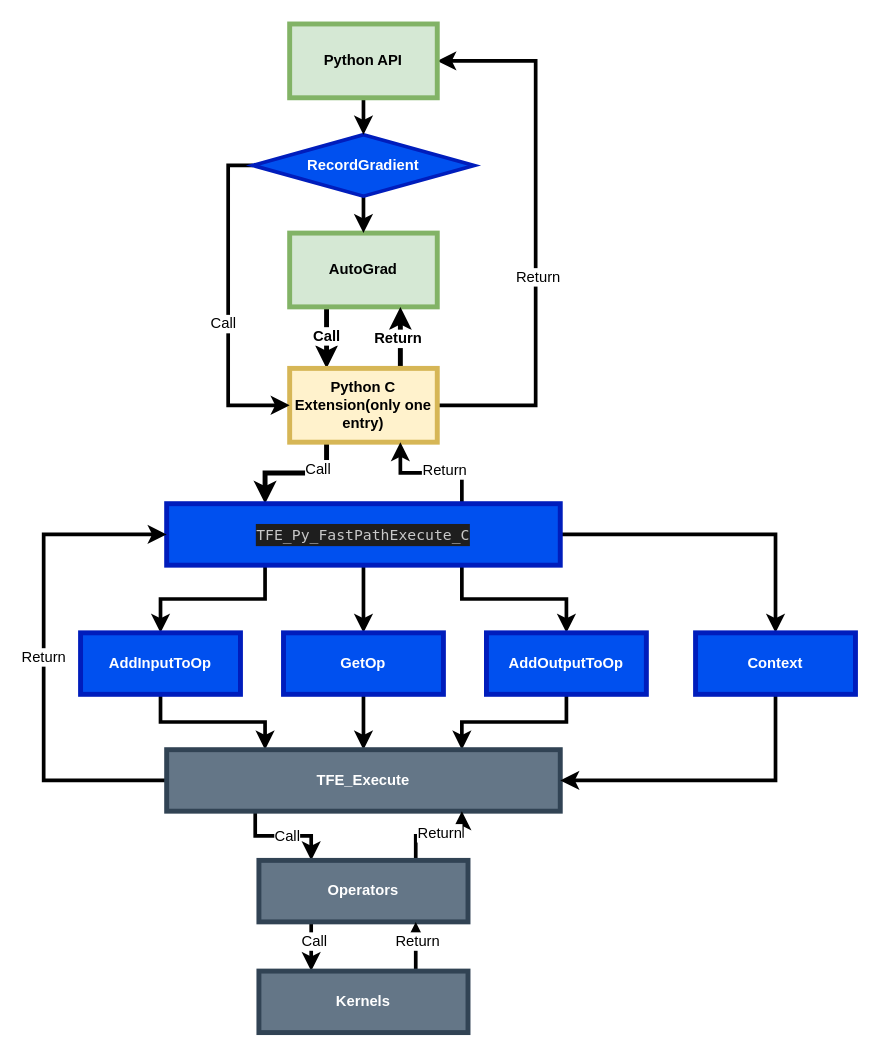
Earlier version of the draw.io diagram tf_dygraph.drawio (JiabinYang/Doc). Source tidied: cells renumbered, new cells numbered last; positions are measured from the earlier drawing's top-left corner, leaving out a move shared by most shapes. Both pictures are drawn from the tidied source at 123%, with x=0, y=0 at pixel (43, 23).
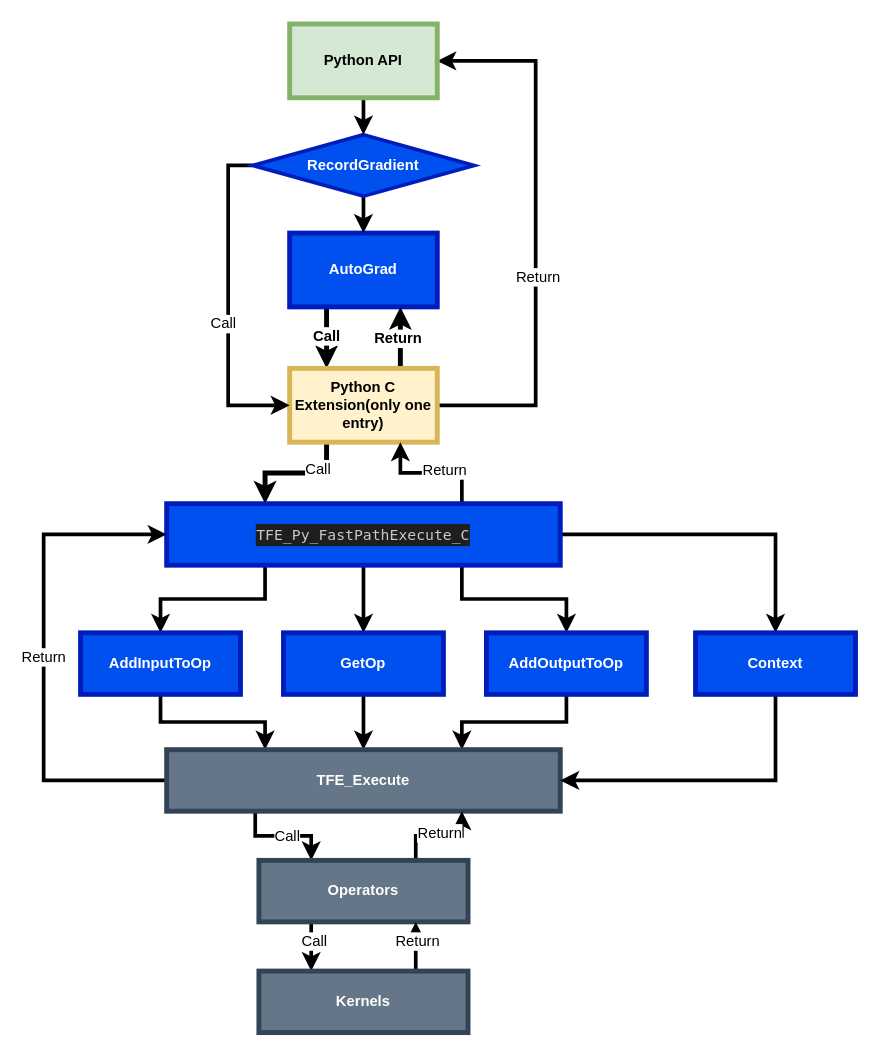
Above is the later version.

Diff of the diagram source:
```diff
@@
-    <mxCell id="4" value="AutoGrad" style="rounded=0;whiteSpace=wrap;html=1;fontSize=12;fontStyle=1;strokeWidth=4;fillColor=#d5e8d4;strokeColor=#82b366;" parent="1" vertex="1">
+    <mxCell id="4" value="AutoGrad" style="rounded=0;whiteSpace=wrap;html=1;fontSize=12;fontStyle=1;strokeWidth=4;fillColor=#0050ef;strokeColor=#001DBC;fontColor=#ffffff;" parent="1" vertex="1">
       <mxGeometry x="200" y="170" width="120" height="60" as="geometry" />
     </mxCell>
```
